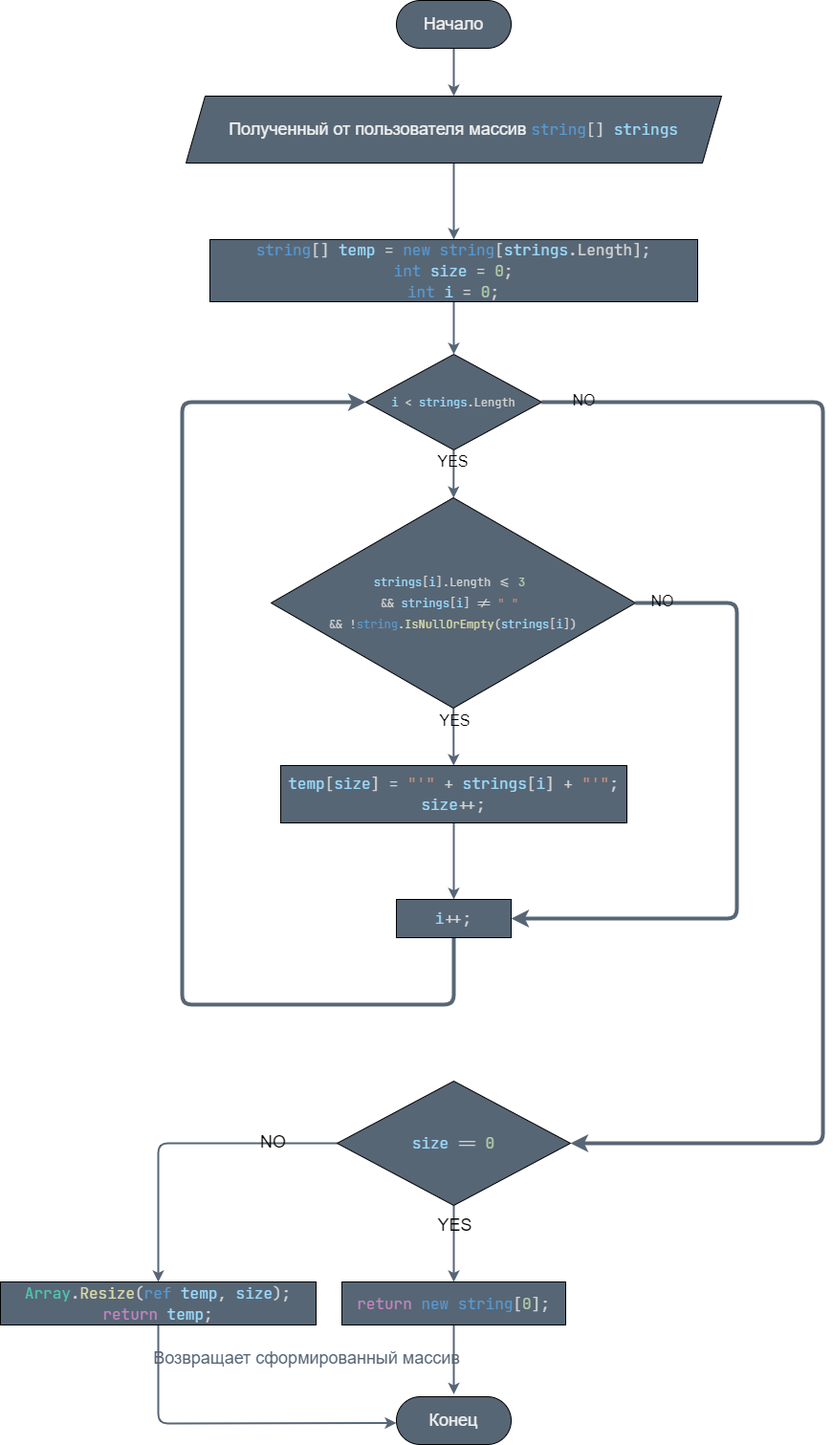
Leo-Amv/Final_Test_Work keeps this draw.io diagram as ArrayFormation2.drawio.png. Above is the earlier version. Source tidied: cells renumbered, new cells last; positions are measured from the earlier drawing's top-left corner, leaving out a move shared by most shapes.
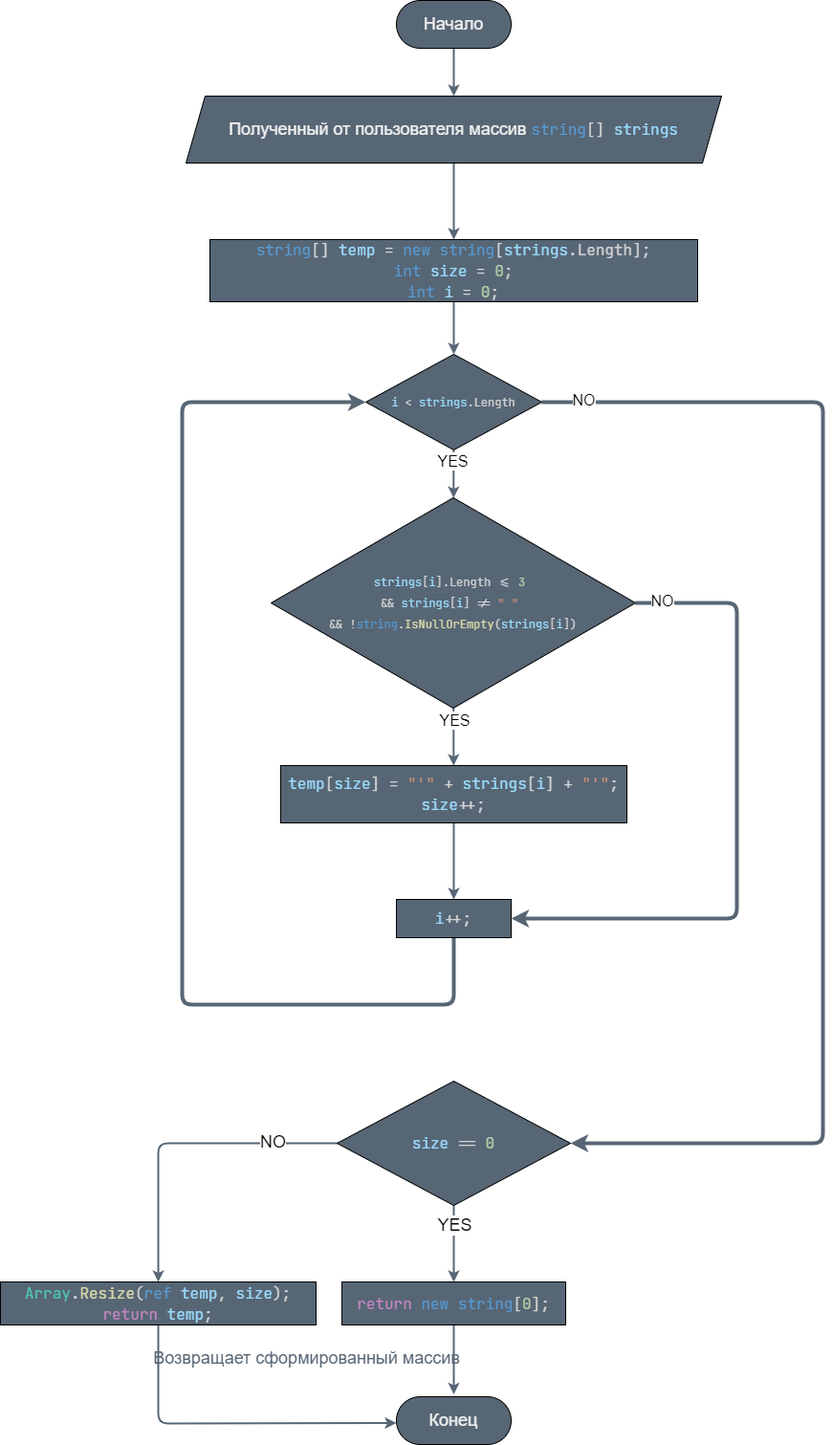
The same diagram one commit later.

Change to the diagram source:
```diff
@@ -20,7 +20,7 @@
     <mxCell id="7" style="edgeStyle=none;html=1;fontSize=18;fontColor=#F0F0F0;strokeColor=#576675;strokeWidth=2;fillColor=#576675;labelBackgroundColor=none;" parent="1" edge="1" source="11" target="16">
       <mxGeometry relative="1" as="geometry" />
     </mxCell>
-    <mxCell id="8" value="YES" style="edgeLabel;html=1;align=center;verticalAlign=middle;fontSize=16;fillColor=#576675;labelBackgroundColor=none;fontColor=#000000;" parent="7" vertex="1">
+    <mxCell id="8" value="YES" style="edgeLabel;html=1;align=center;verticalAlign=middle;fontSize=16;fillColor=#576675;labelBackgroundColor=#FFFFFF;fontColor=#000000;" parent="7" vertex="1">
       <mxGeometry x="-0.5" y="-1" relative="1" as="geometry" />
     </mxCell>
     <mxCell id="9" style="edgeStyle=none;html=1;fontSize=18;fontColor=#F0F0F0;strokeColor=#576675;strokeWidth=4;fillColor=#576675;labelBackgroundColor=none;" parent="1" edge="1" source="11" target="25">
@@ -31,7 +31,7 @@
         </Array>
       </mxGeometry>
     </mxCell>
-    <mxCell id="10" value="NO" style="edgeLabel;html=1;align=center;verticalAlign=middle;fontSize=16;fillColor=#576675;labelBackgroundColor=none;fontColor=#000000;" parent="9" vertex="1">
+    <mxCell id="10" value="NO" style="edgeLabel;html=1;align=center;verticalAlign=middle;fontSize=16;fillColor=#576675;labelBackgroundColor=#FFFFFF;fontColor=#000000;" parent="9" vertex="1">
       <mxGeometry x="-0.94" y="3" relative="1" as="geometry" />
     </mxCell>
     <mxCell id="11" value="&lt;div style=&quot;color: rgb(212, 212, 212); font-family: &amp;quot;jetbrains mono&amp;quot;, consolas, &amp;quot;courier new&amp;quot;, monospace; font-size: 12px; line-height: 22px;&quot;&gt;&lt;span style=&quot;color: #9cdcfe&quot;&gt;i&lt;/span&gt; &amp;lt; &lt;span style=&quot;color: #9cdcfe&quot;&gt;strings&lt;/span&gt;.Length&lt;/div&gt;" style="rhombus;whiteSpace=wrap;html=1;fontSize=18;fontColor=#F0F0F0;labelBackgroundColor=none;fillColor=#576675;" parent="1" vertex="1">
@@ -42,7 +42,7 @@
         <mxPoint x="473.8" y="800.1" as="targetPoint" />
       </mxGeometry>
     </mxCell>
-    <mxCell id="13" value="YES" style="edgeLabel;html=1;align=center;verticalAlign=middle;fontSize=16;fillColor=#576675;labelBackgroundColor=none;fontColor=#000000;" parent="12" vertex="1">
+    <mxCell id="13" value="YES" style="edgeLabel;html=1;align=center;verticalAlign=middle;fontSize=16;fillColor=#576675;labelBackgroundColor=#FFFFFF;fontColor=#000000;" parent="12" vertex="1">
       <mxGeometry x="-0.56" y="1" relative="1" as="geometry" />
     </mxCell>
     <mxCell id="14" style="edgeStyle=none;html=1;exitX=1;exitY=0.5;exitDx=0;exitDy=0;entryX=1;entryY=0.5;entryDx=0;entryDy=0;fontSize=18;fontColor=#F0F0F0;strokeColor=#576675;strokeWidth=4;fillColor=#576675;labelBackgroundColor=none;" parent="1" edge="1" source="16" target="20">
@@ -53,7 +53,7 @@
         </Array>
       </mxGeometry>
     </mxCell>
-    <mxCell id="15" value="NO" style="edgeLabel;html=1;align=center;verticalAlign=middle;fontSize=16;fillColor=#576675;labelBackgroundColor=none;fontColor=#000000;" parent="14" vertex="1">
+    <mxCell id="15" value="NO" style="edgeLabel;html=1;align=center;verticalAlign=middle;fontSize=16;fillColor=#576675;labelBackgroundColor=#FFFFFF;fontColor=#000000;" parent="14" vertex="1">
       <mxGeometry x="-0.92" y="3" relative="1" as="geometry" />
     </mxCell>
     <mxCell id="16" value="&lt;div style=&quot;color: rgb(212 , 212 , 212) ; font-family: &amp;quot;jetbrains mono&amp;quot; , &amp;quot;consolas&amp;quot; , &amp;quot;courier new&amp;quot; , monospace ; font-size: 12px ; line-height: 22px&quot;&gt;&lt;span style=&quot;color: #9cdcfe&quot;&gt;strings&lt;/span&gt;[&lt;span style=&quot;color: #9cdcfe&quot;&gt;i&lt;/span&gt;].Length &amp;lt;= &lt;span style=&quot;color: #b5cea8&quot;&gt;3&lt;/span&gt;&amp;nbsp;&lt;/div&gt;&lt;div style=&quot;color: rgb(212 , 212 , 212) ; font-family: &amp;quot;jetbrains mono&amp;quot; , &amp;quot;consolas&amp;quot; , &amp;quot;courier new&amp;quot; , monospace ; font-size: 12px ; line-height: 22px&quot;&gt;&amp;amp;&amp;amp; &lt;span style=&quot;color: #9cdcfe&quot;&gt;strings&lt;/span&gt;[&lt;span style=&quot;color: #9cdcfe&quot;&gt;i&lt;/span&gt;] != &lt;span style=&quot;color: #ce9178&quot;&gt;&quot; &quot;&lt;/span&gt;&amp;nbsp;&lt;/div&gt;&lt;div style=&quot;color: rgb(212 , 212 , 212) ; font-family: &amp;quot;jetbrains mono&amp;quot; , &amp;quot;consolas&amp;quot; , &amp;quot;courier new&amp;quot; , monospace ; font-size: 12px ; line-height: 22px&quot;&gt;&amp;amp;&amp;amp; !&lt;span style=&quot;color: #569cd6&quot;&gt;string&lt;/span&gt;.&lt;span style=&quot;color: #dcdcaa&quot;&gt;IsNullOrEmpty&lt;/span&gt;(&lt;span style=&quot;color: #9cdcfe&quot;&gt;strings&lt;/span&gt;[&lt;span style=&quot;color: #9cdcfe&quot;&gt;i&lt;/span&gt;])&lt;/div&gt;" style="rhombus;whiteSpace=wrap;html=1;fontSize=18;fontColor=#F0F0F0;strokeColor=default;labelBackgroundColor=none;fillColor=#576675;" parent="1" vertex="1">
@@ -80,7 +80,7 @@
     <mxCell id="21" style="edgeStyle=none;html=1;fontSize=18;fontColor=#F0F0F0;strokeColor=#576675;strokeWidth=2;fillColor=#576675;labelBackgroundColor=none;" parent="1" edge="1" source="25" target="28">
       <mxGeometry relative="1" as="geometry" />
     </mxCell>
-    <mxCell id="22" value="YES" style="edgeLabel;html=1;align=center;verticalAlign=middle;fontSize=18;fontColor=#000000;fillColor=#576675;labelBackgroundColor=none;" parent="21" vertex="1">
+    <mxCell id="22" value="YES" style="edgeLabel;html=1;align=center;verticalAlign=middle;fontSize=18;fontColor=#000000;fillColor=#576675;labelBackgroundColor=#FFFFFF;" parent="21" vertex="1">
       <mxGeometry x="-0.5" relative="1" as="geometry" />
     </mxCell>
     <mxCell id="23" style="edgeStyle=none;html=1;fontSize=18;fontColor=#F0F0F0;strokeColor=#576675;strokeWidth=2;labelBackgroundColor=none;fillColor=#576675;" parent="1" edge="1" source="25" target="30">
@@ -90,7 +90,7 @@
         </Array>
       </mxGeometry>
     </mxCell>
-    <mxCell id="24" value="NO" style="edgeLabel;html=1;align=center;verticalAlign=middle;fontSize=18;fontColor=#000000;fillColor=#576675;labelBackgroundColor=none;" parent="23" vertex="1">
+    <mxCell id="24" value="NO" style="edgeLabel;html=1;align=center;verticalAlign=middle;fontSize=18;fontColor=#000000;fillColor=#576675;labelBackgroundColor=#FFFFFF;" parent="23" vertex="1">
       <mxGeometry x="-0.59" y="-2" relative="1" as="geometry" />
     </mxCell>
     <mxCell id="25" value="&lt;div style=&quot;color: rgb(212 , 212 , 212) ; font-family: &amp;quot;jetbrains mono&amp;quot; , &amp;quot;consolas&amp;quot; , &amp;quot;courier new&amp;quot; , monospace ; font-size: 16px ; line-height: 22px&quot;&gt;&lt;div style=&quot;font-family: &amp;quot;jetbrains mono&amp;quot;, consolas, &amp;quot;courier new&amp;quot;, monospace; line-height: 22px;&quot;&gt;&lt;span style=&quot;color: #9cdcfe&quot;&gt;size&lt;/span&gt; == &lt;span style=&quot;color: #b5cea8&quot;&gt;0&lt;/span&gt;&lt;/div&gt;&lt;/div&gt;" style="rhombus;whiteSpace=wrap;html=1;fontSize=18;fontColor=#F0F0F0;labelBackgroundColor=none;fillColor=#576675;" parent="1" vertex="1">
```
